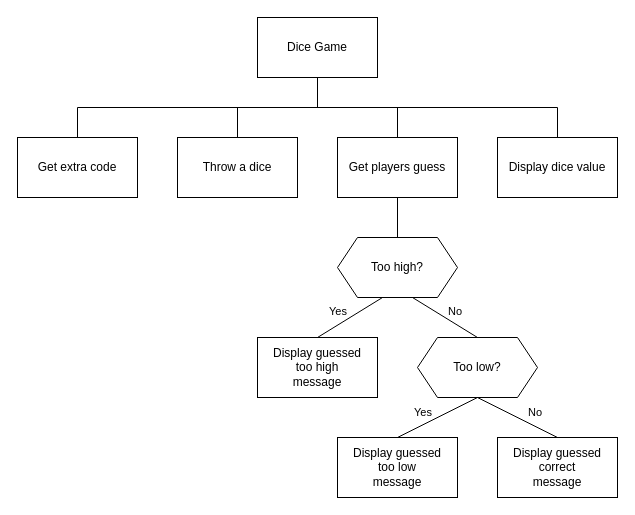
MrFriendCS/MrFriendCS.github.io keeps this draw.io diagram as page "sd1" (1 of 7) of n5-cs/sdd/N5-SDD-Chance/assets/N5 SDD Chance.drawio. Above is the earlier version. Source tidied: cells renumbered, new cells numbered last; positions are measured from the earlier drawing's top-left corner, leaving out a move shared by most shapes. Both pictures are drawn from the tidied source at 100%, with x=0, y=0 at pixel (17, 17).
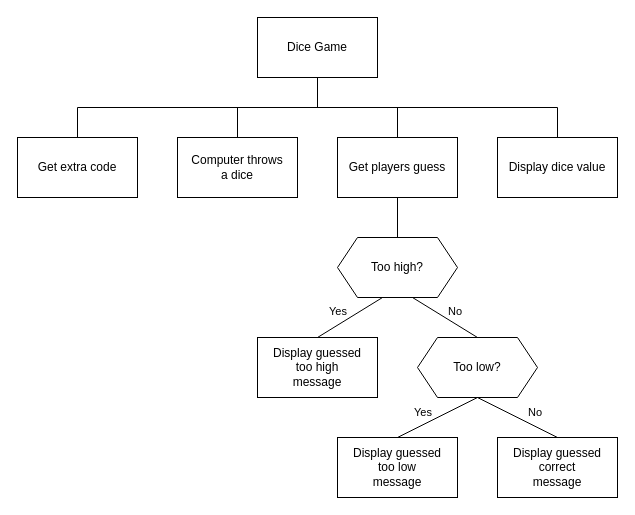
The same diagram, later.

What changed in the source:
```diff
@@
-    <mxCell id="26" value="Throw a dice" style="rounded=0;whiteSpace=wrap;html=1;fillColor=none;" parent="1" vertex="1">
+    <mxCell id="26" value="Computer throws&lt;div&gt;a dice&lt;/div&gt;" style="rounded=0;whiteSpace=wrap;html=1;fillColor=none;" parent="1" vertex="1">
       <mxGeometry x="160" y="120" width="120" height="60" as="geometry" />
     </mxCell>
```
